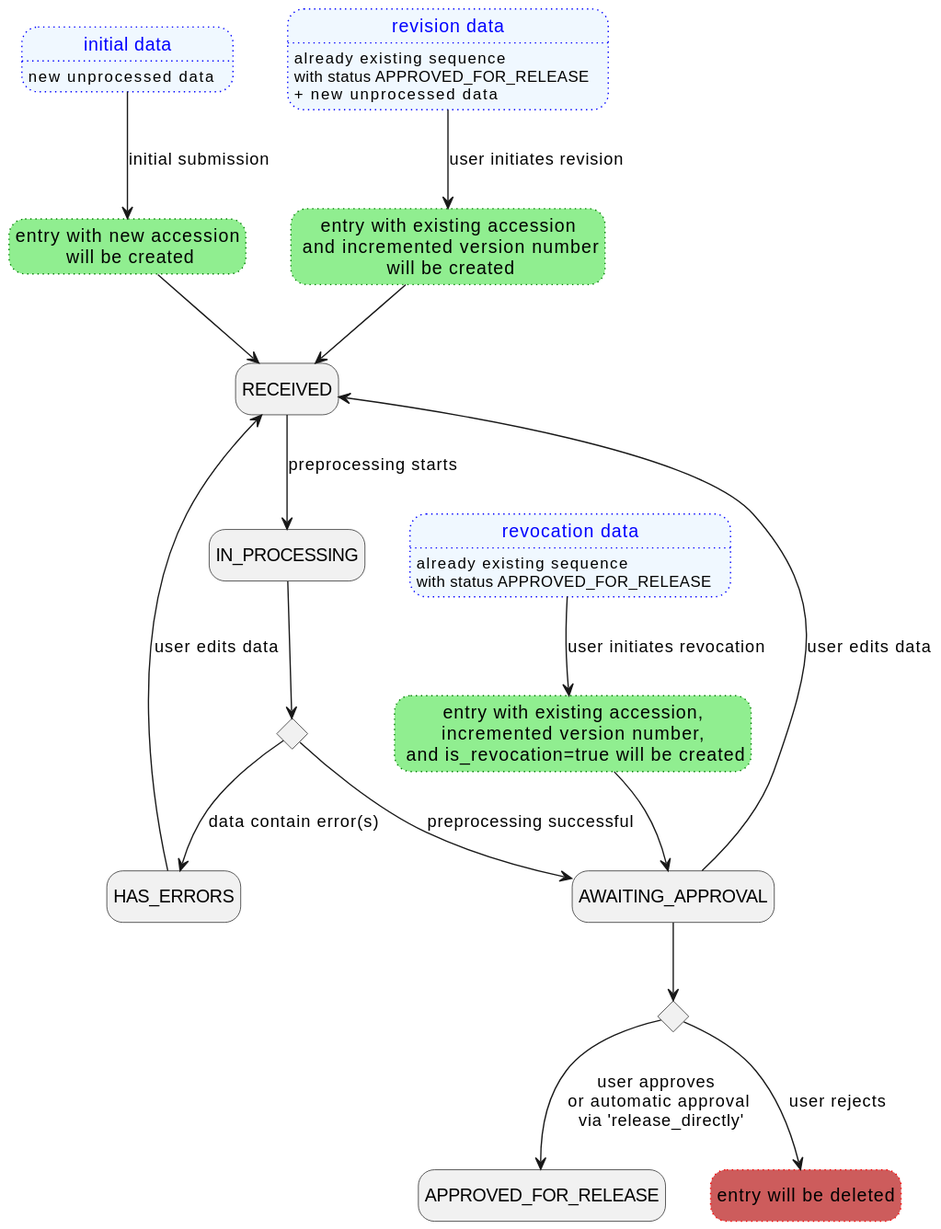
Before: backend/docs/plantuml/statusChange.svg, a diagram exported from PlantUML (loculus-project/loculus).
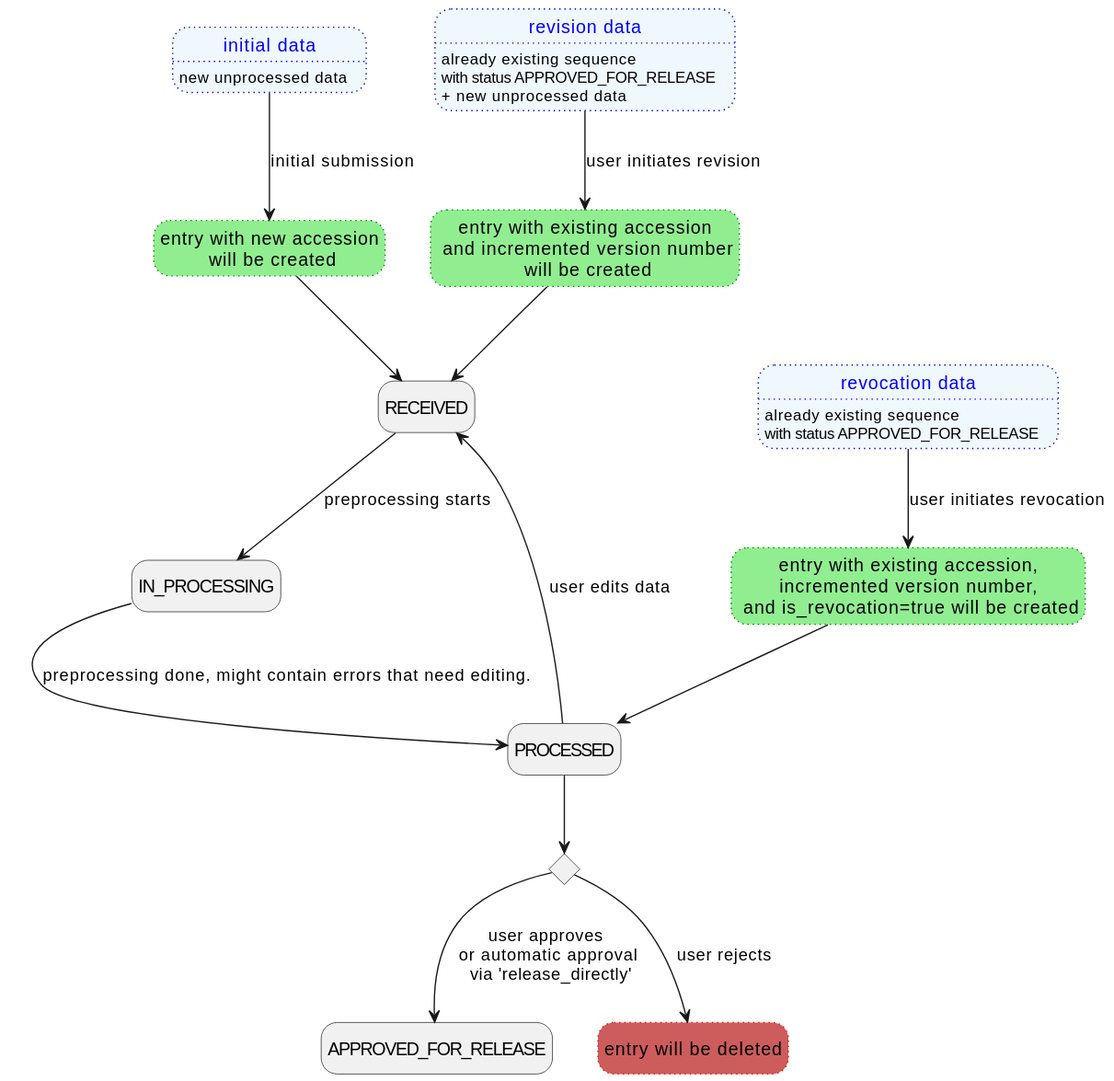
The same diagram one commit later.

Diff of the diagram source:
```diff
@@ -16,16 +16,14 @@
 
     state RECEIVED
     state IN_PROCESSING
-    state HAS_ERRORS
+    state PROCESSED
     state RECEIVED
     state APPROVED_FOR_RELEASE
-    state AWAITING_APPROVAL
 
     state CREATING_SUBMIT as "entry with new accession\n will be created" #lightgreen;line:green;line.dotted
     state CREATING_REVISE as "entry with existing accession\n and incremented version number\n will be created" #lightgreen;line:green;line.dotted
     state CREATING_REVOKE as "entry with existing accession,\n incremented version number, \n and is_revocation=true will be created" #lightgreen;line:green;line.dotted
     state DELETION as "entry will be deleted" #IndianRed;line:red;line.dotted
-    state is_error <<choice>>
     state is_approved <<choice>>
 
     INITIAL_DATA --> CREATING_SUBMIT : initial submission
@@ -34,15 +32,12 @@
     CREATING_REVISE --> RECEIVED
 
     REVOKED_DATA --> CREATING_REVOKE : user initiates revocation
-    CREATING_REVOKE --> AWAITING_APPROVAL
+    CREATING_REVOKE --> PROCESSED
 
     RECEIVED --> IN_PROCESSING : preprocessing starts
-    IN_PROCESSING --> is_error
-    is_error --> HAS_ERRORS : data contain error(s)
-    HAS_ERRORS --> RECEIVED : user edits data
-    AWAITING_APPROVAL --> RECEIVED : user edits data
-    is_error --> AWAITING_APPROVAL : preprocessing successful
-    AWAITING_APPROVAL --> is_approved
+    IN_PROCESSING --> PROCESSED : preprocessing done, might contain errors that need editing.
+    PROCESSED --> RECEIVED : user edits data
+    PROCESSED --> is_approved
     is_approved --> APPROVED_FOR_RELEASE : user approves \nor automatic approval\n via 'release_directly'
     is_approved --> DELETION : user rejects
 @enduml
```
